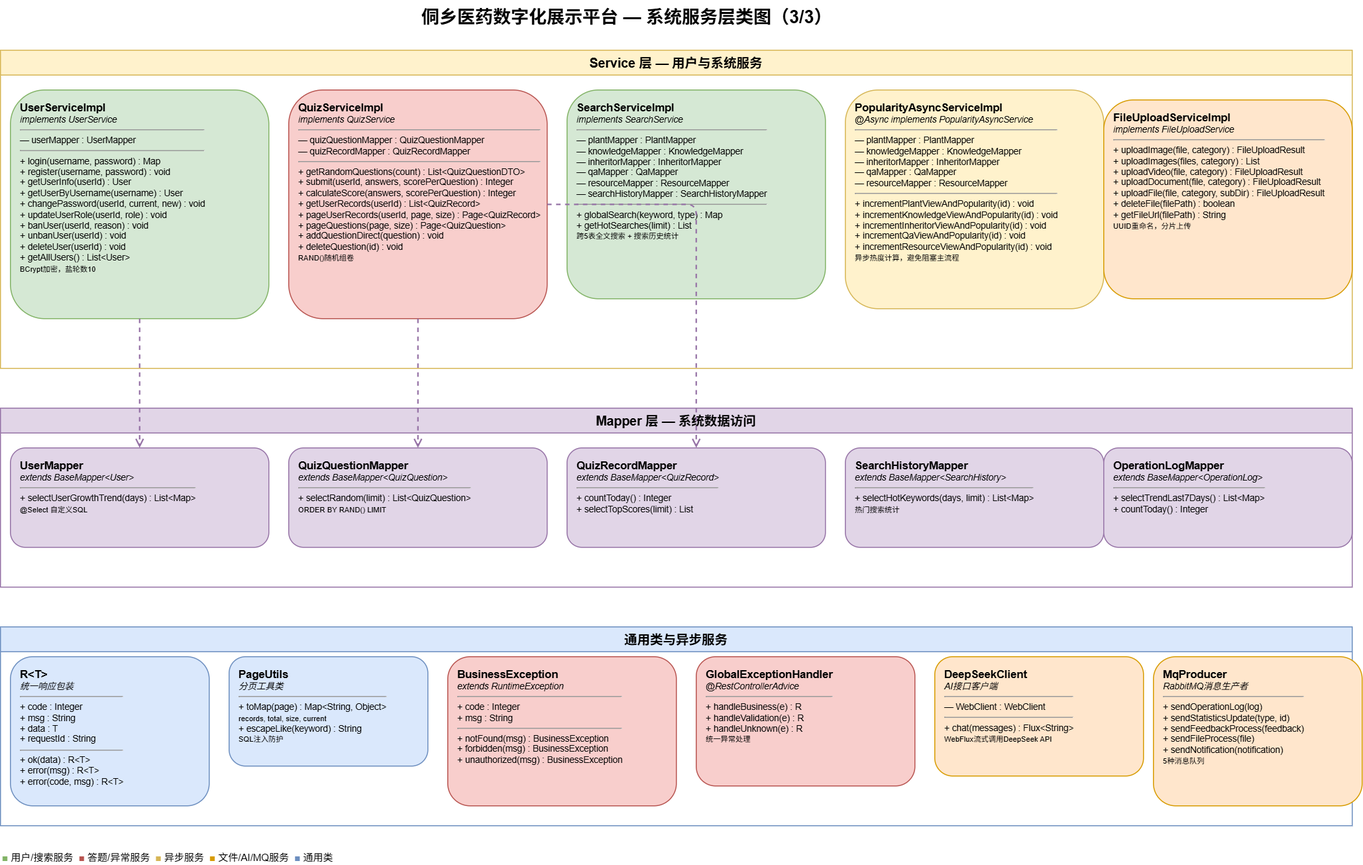
Before: docs/diagrams-png/class-service-system.drawio.png, a diagram exported from draw.io (yhe3603-star/Graduation-Project). Source tidied: cells renumbered, new cells last; positions are measured from the earlier drawing's top-left corner, leaving out a move shared by most shapes.
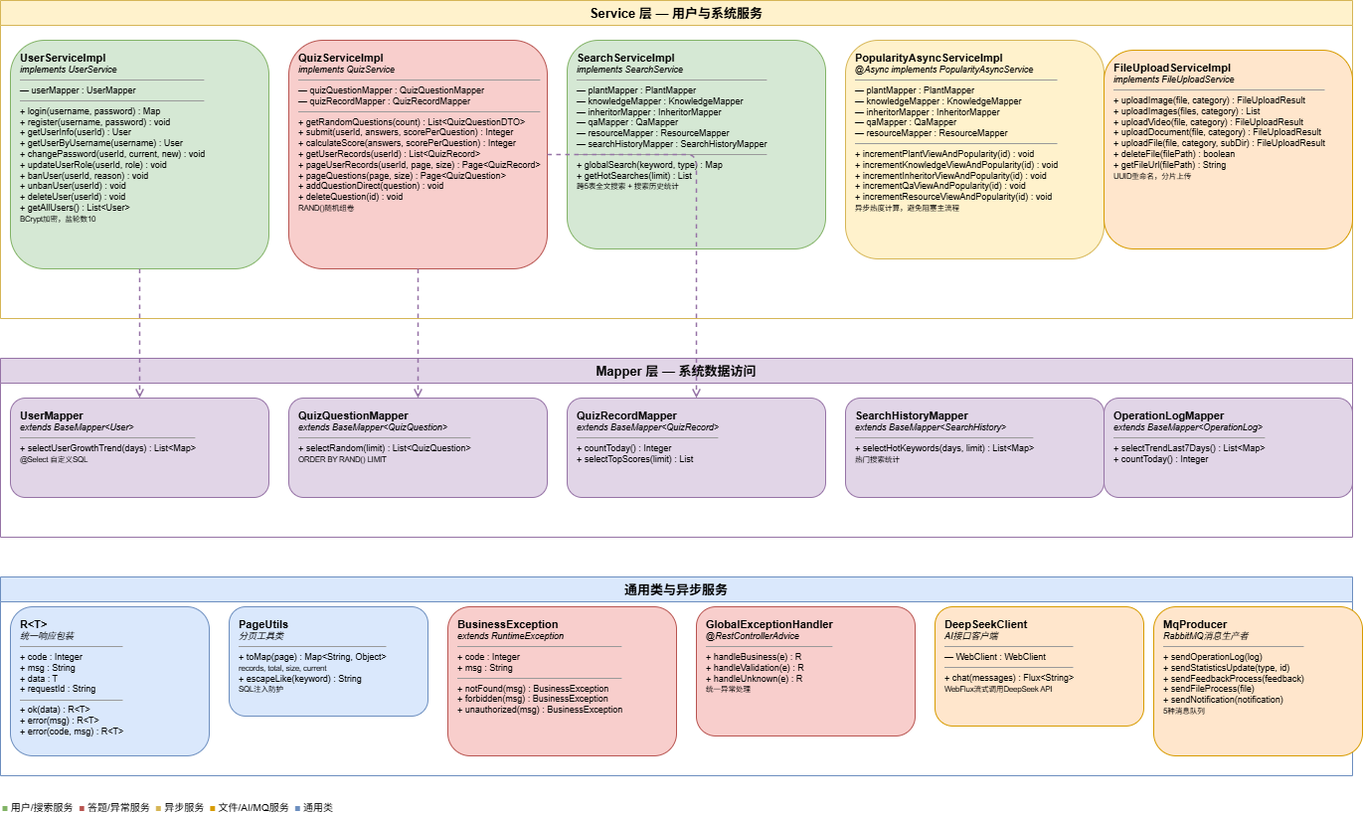
After the change.

What changed in the source:
```diff
@@ -2,9 +2,6 @@
   <root>
     <mxCell id="0" />
     <mxCell id="1" parent="0" />
-    <mxCell id="2" value="侗乡医药数字化展示平台 — 系统服务层类图（3/3）" style="text;html=1;fontSize=18;fontStyle=1;align=center;" parent="1" vertex="1">
-      <mxGeometry x="380" width="500" height="35" as="geometry" />
-    </mxCell>
     <mxCell id="3" value="Service 层 — 用户与系统服务" style="swimlane;startSize=25;fillColor=#fff2cc;strokeColor=#d6b656;fontStyle=1;fontSize=13;" parent="1" vertex="1">
       <mxGeometry y="50" width="1360" height="320" as="geometry" />
     </mxCell>
```
